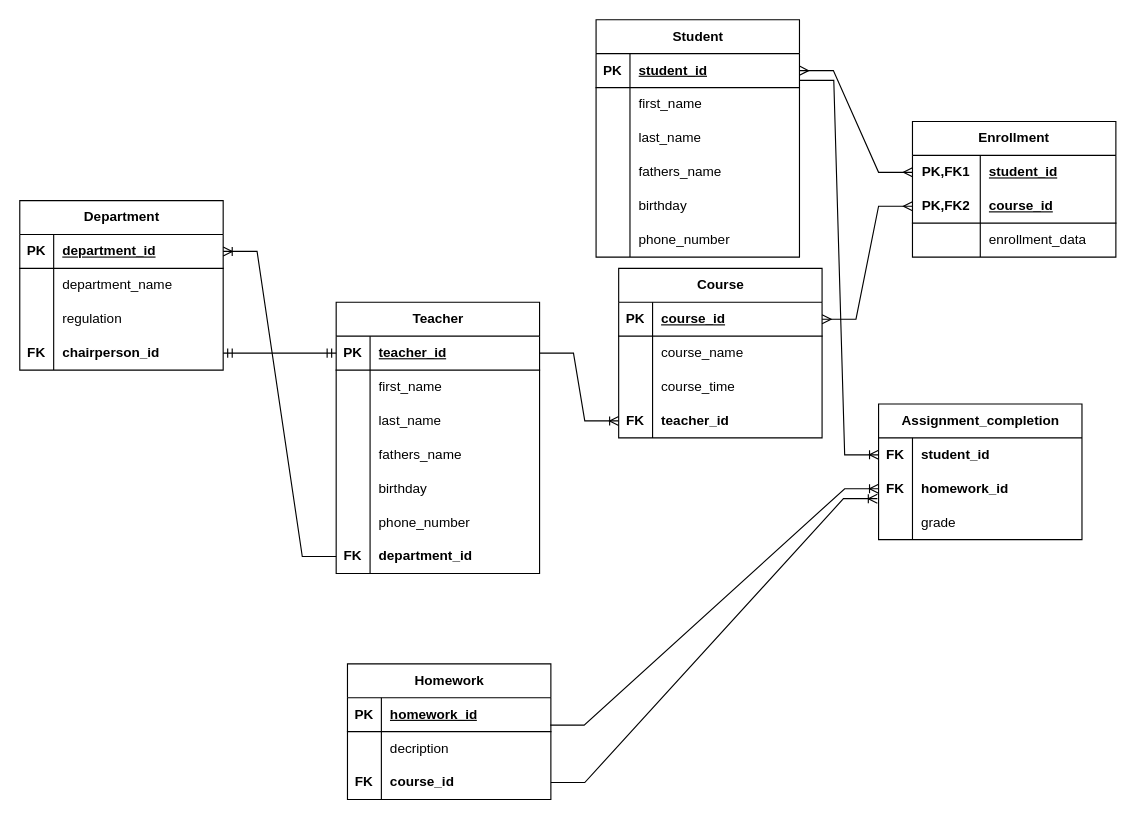
ChernyakOlga/da-homeworks-chernyak keeps this draw.io diagram as page "Задание 3" (3 of 3) of 14-er/er-diagram.drawio. Above is the earlier version. Source tidied: cells renumbered, new cells numbered last; positions are measured from the earlier drawing's top-left corner, leaving out a move shared by most shapes. Both pictures are drawn from the tidied source at 113%, with x=0, y=0 at pixel (19, 19).
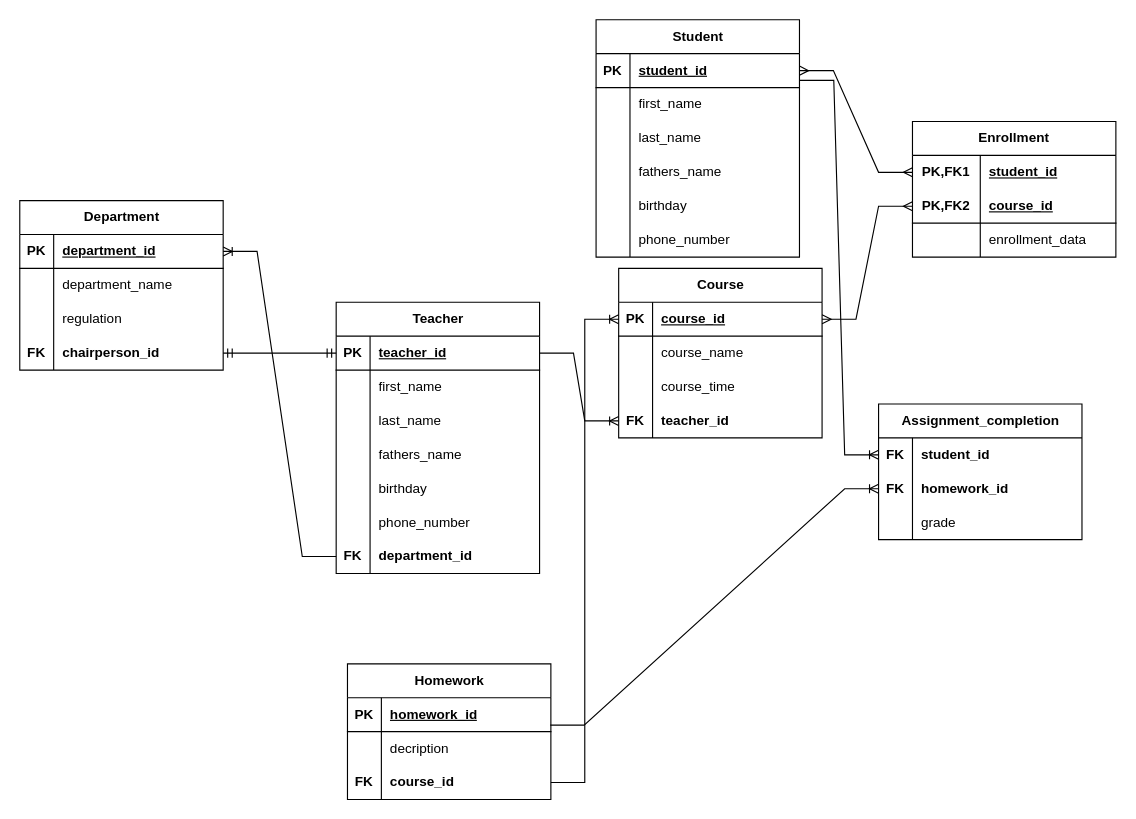
Above is the later version.

The change refers to these unchanged cells:
```xml
<mxCell id="57" style="shape=tableRow;horizontal=0;startSize=0;swimlaneHead=0;swimlaneBody=0;fillColor=none;points=[[0,0.5],[1,0.5]];portConstraint=eastwest;top=0;left=0;right=0;bottom=1;" parent="56" vertex="1">
  <mxGeometry y="30" width="180" height="30" as="geometry" />
</mxCell>
<mxCell id="90" style="shape=tableRow;horizontal=0;startSize=0;swimlaneHead=0;swimlaneBody=0;fillColor=none;points=[[0,0.5],[1,0.5]];portConstraint=eastwest;top=0;left=0;right=0;bottom=0;" parent="83" vertex="1">
  <mxGeometry y="90" width="180" height="30" as="geometry" />
</mxCell>
<mxCell id="97" style="shape=tableRow;horizontal=0;startSize=0;swimlaneHead=0;swimlaneBody=0;fillColor=none;points=[[0,0.5],[1,0.5]];portConstraint=eastwest;top=0;left=0;right=0;bottom=0;" parent="93" vertex="1">
  <mxGeometry y="60" width="180" height="30" as="geometry" />
</mxCell>
```

Diff of the diagram source:
```diff
@@
-    <mxCell id="103" style="edgeStyle=entityRelationEdgeStyle;fontSize=12;html=1;endArrow=ERoneToMany;rounded=0;exitX=1;exitY=0.5;exitDx=0;exitDy=0;entryX=-0.006;entryY=0.793;entryDx=0;entryDy=0;entryPerimeter=0;" parent="1" edge="1" source="90" target="97">
+    <mxCell id="103" style="edgeStyle=entityRelationEdgeStyle;fontSize=12;html=1;endArrow=ERoneToMany;rounded=0;exitX=1;exitY=0.5;exitDx=0;exitDy=0;entryX=0;entryY=0.5;entryDx=0;entryDy=0;" parent="1" edge="1" source="90" target="57">
       <mxGeometry relative="1" as="geometry" />
     </mxCell>
```
